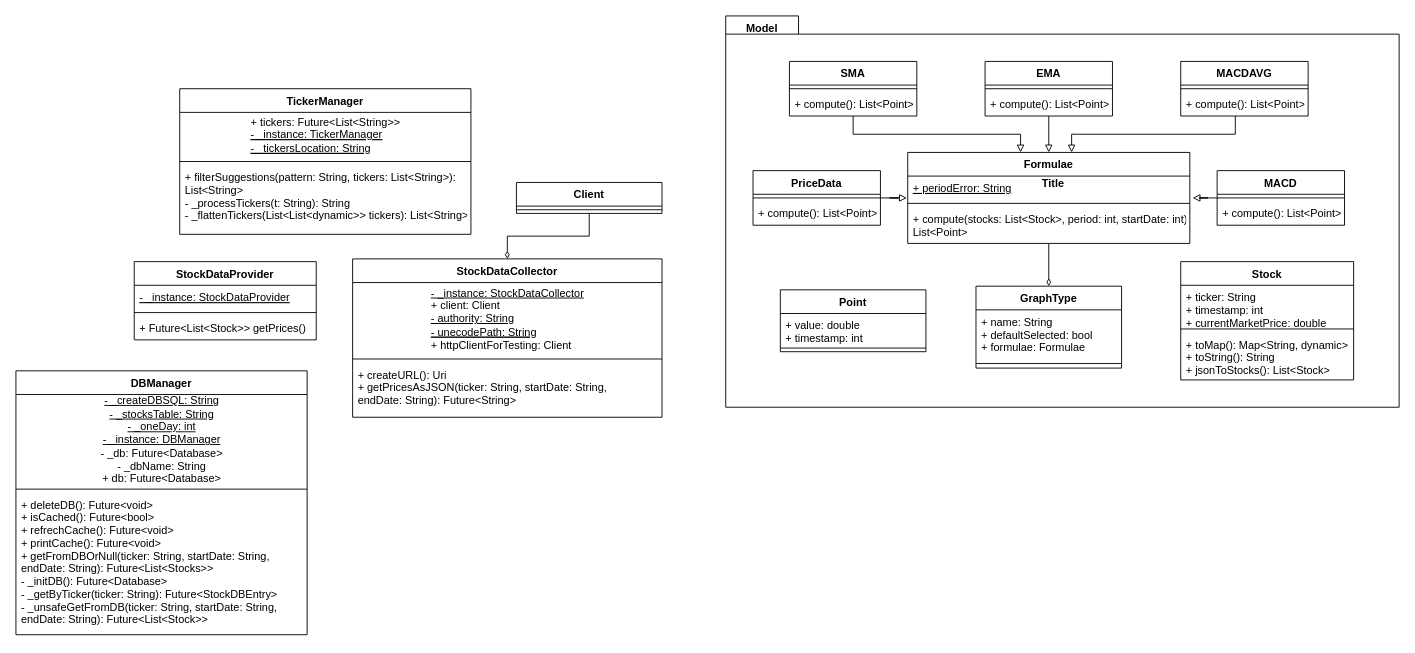
Earlier version of the draw.io diagram diagrams/ClassDiagram.drawio (TudorMaxim/FinancialSystemsCoursework). Source tidied: cells renumbered, new cells numbered last; positions are measured from the earlier drawing's top-left corner, leaving out a move shared by most shapes. Both pictures are drawn from the tidied source at 91%, with x=0, y=0 at pixel (15, 15).
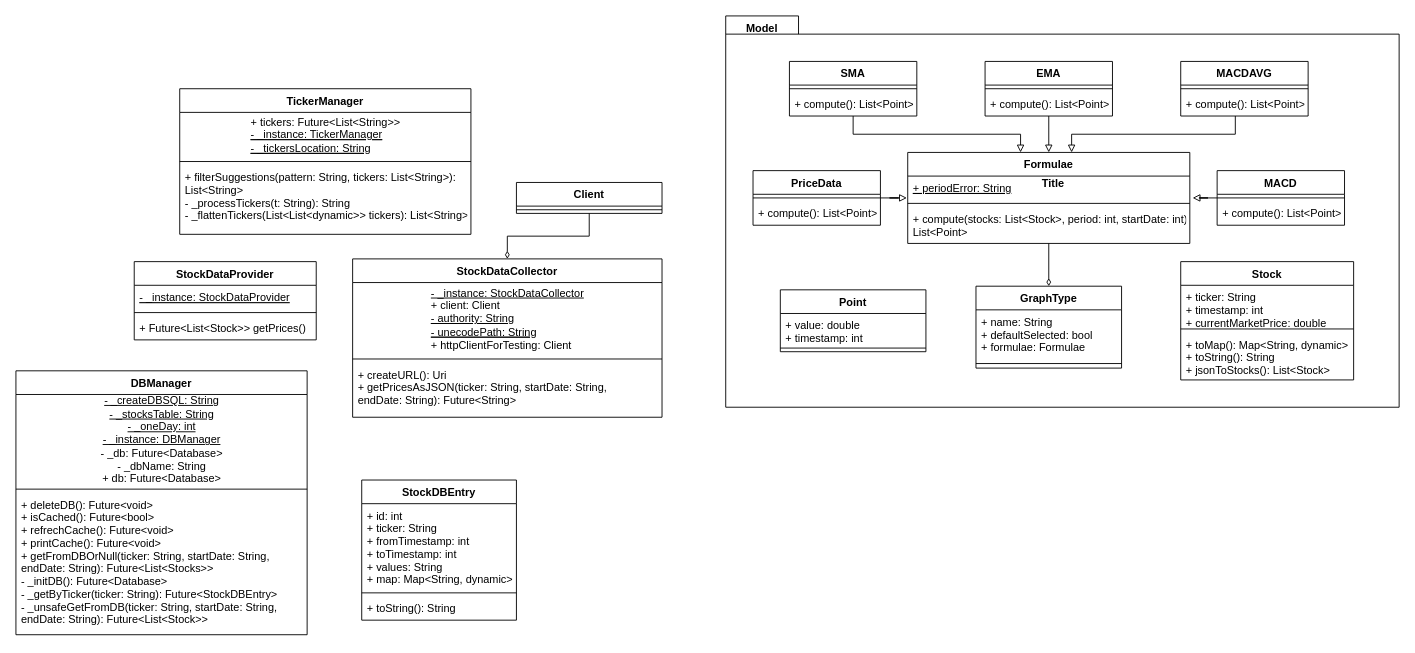
The same page after the edit.

Commit message:
StockDBEntry class added

What changed in the source:
```diff
@@
+    <mxCell id="59" value="StockDBEntry" style="swimlane;fontStyle=1;align=center;verticalAlign=top;horizontal=1;startSize=26;" parent="1" vertex="1">
+      <mxGeometry x="380" y="510" width="170" height="154" as="geometry" />
+    </mxCell>
+    <mxCell id="60" value="+ id: int&#10;+ ticker: String&#10;+ fromTimestamp: int&#10;+ toTimestamp: int&#10;+ values: String&#10;+ map: Map&lt;String, dynamic&gt;" style="text;strokeColor=none;fillColor=none;align=left;verticalAlign=top;spacingLeft=4;spacingRight=4;overflow=hidden;" parent="59" vertex="1">
+      <mxGeometry y="26" width="170" height="94" as="geometry" />
+    </mxCell>
+    <mxCell id="61" style="line;strokeWidth=1;fillColor=none;align=left;verticalAlign=middle;spacingTop=-1;spacingLeft=3;spacingRight=3;labelPosition=right;" parent="59" vertex="1">
+      <mxGeometry y="120" width="170" height="8" as="geometry" />
+    </mxCell>
+    <mxCell id="62" value="+ toString(): String" style="text;strokeColor=none;fillColor=none;align=left;verticalAlign=top;spacingLeft=4;spacingRight=4;overflow=hidden;" parent="59" vertex="1">
+      <mxGeometry y="128" width="170" height="26" as="geometry" />
+    </mxCell>
```
